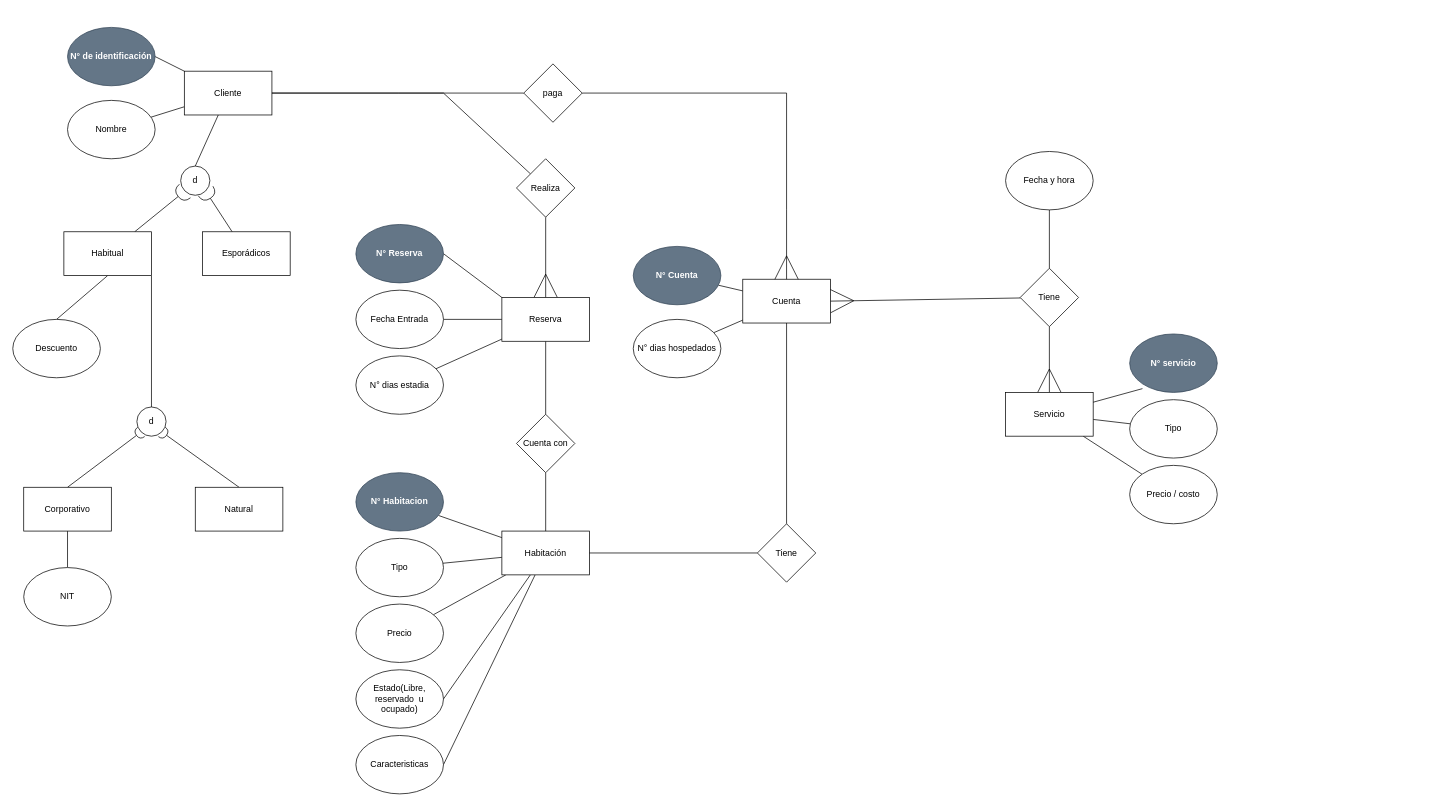
Earlier version of the draw.io diagram Diagrama_sin_titulo.drawio (Mshall19/Proyecto-BD). Source tidied: cells renumbered, new cells numbered last; positions are measured from the earlier drawing's top-left corner, leaving out a move shared by most shapes. Both pictures are drawn from the tidied source at 73%, with x=0, y=0 at pixel (12, 27).
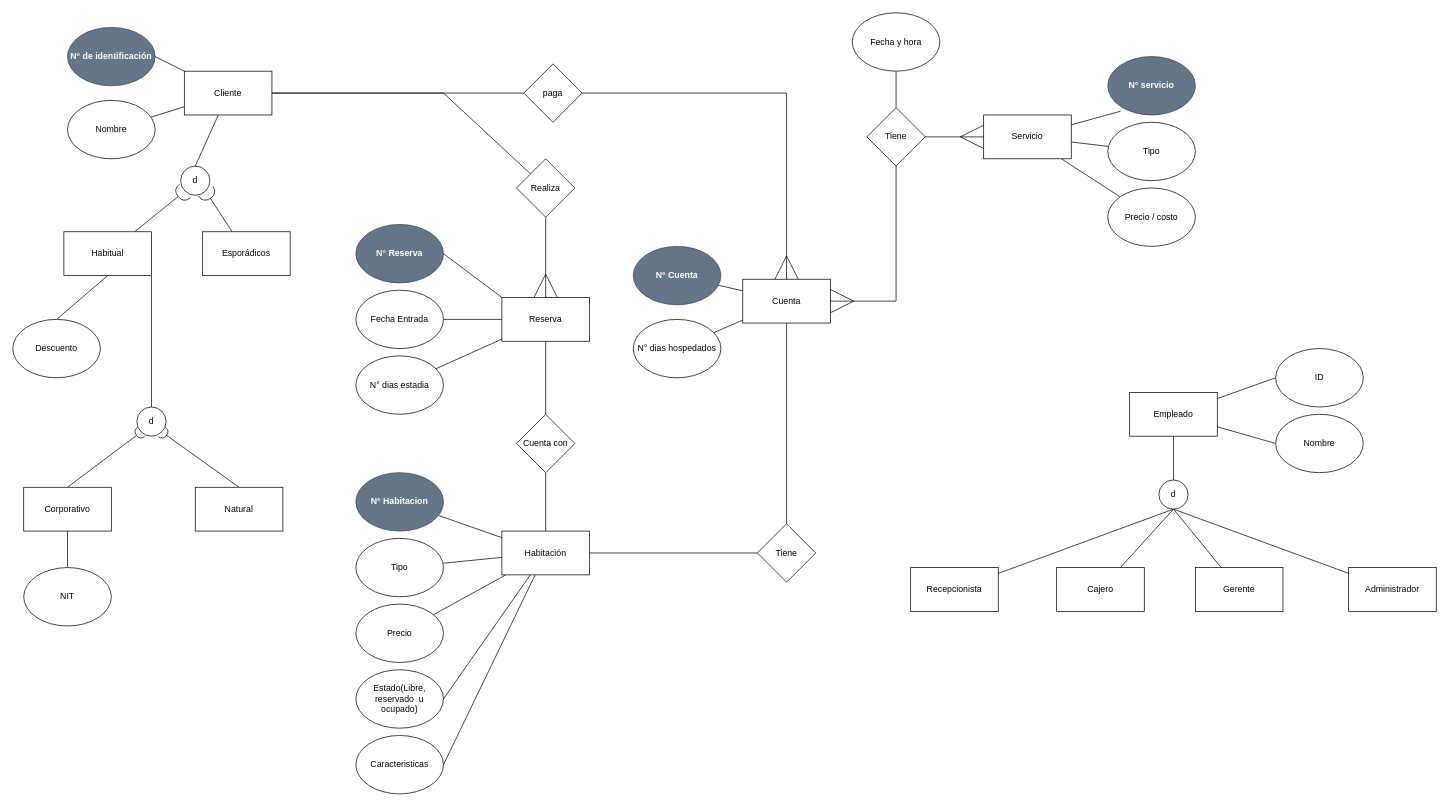
The same page after the edit.

The change refers to these unchanged cells:
```xml
<mxCell id="26" value="Cuenta" style="rounded=0;whiteSpace=wrap;html=1;" parent="1" vertex="1">
  <mxGeometry x="1000" y="345" width="120" height="60" as="geometry" />
</mxCell>
```

The edit, as a diff of the source:
```diff
@@
     <mxCell id="3" style="rounded=0;jettySize=auto;html=1;endArrow=ERmany;endFill=0;startArrow=none;startFill=0;targetPerimeterSpacing=0;endSize=30;entryX=1;entryY=0.5;entryDx=0;entryDy=0;" parent="1" edge="1" source="5" target="26">
-      <mxGeometry relative="1" as="geometry" />
+      <mxGeometry relative="1" as="geometry">
+        <Array as="points">
+          <mxPoint x="1210" y="375" />
+        </Array>
+      </mxGeometry>
     </mxCell>
@@
     <mxCell id="5" value="Tiene" style="rhombus;whiteSpace=wrap;html=1;" parent="1" vertex="1">
-      <mxGeometry x="1380" y="330" width="80" height="80" as="geometry" />
+      <mxGeometry x="1170" y="110" width="80" height="80" as="geometry" />
     </mxCell>
@@
     <mxCell id="30" value="&lt;div&gt;Servicio&lt;/div&gt;" style="rounded=0;whiteSpace=wrap;html=1;" parent="1" vertex="1">
-      <mxGeometry x="1360" y="500" width="120" height="60" as="geometry" />
+      <mxGeometry x="1330" y="120" width="120" height="60" as="geometry" />
     </mxCell>
     <mxCell id="31" value="Tipo" style="ellipse;whiteSpace=wrap;html=1;" parent="1" vertex="1">
-      <mxGeometry x="1530" y="510" width="120" height="80" as="geometry" />
+      <mxGeometry x="1500" y="130" width="120" height="80" as="geometry" />
     </mxCell>
     <mxCell id="32" value="N° servicio" style="ellipse;whiteSpace=wrap;html=1;fillColor=#647687;fontColor=#ffffff;strokeColor=#314354;fontStyle=1;" parent="1" vertex="1">
-      <mxGeometry x="1530" y="420" width="120" height="80" as="geometry" />
+      <mxGeometry x="1500" y="40" width="120" height="80" as="geometry" />
     </mxCell>
     <mxCell id="33" value="Fecha y hora" style="ellipse;whiteSpace=wrap;html=1;" parent="1" vertex="1">
-      <mxGeometry x="1360" y="170" width="120" height="80" as="geometry" />
+      <mxGeometry x="1150" y="-20" width="120" height="80" as="geometry" />
     </mxCell>
     <mxCell id="34" value="Precio / costo" style="ellipse;whiteSpace=wrap;html=1;" parent="1" vertex="1">
-      <mxGeometry x="1530" y="600" width="120" height="80" as="geometry" />
+      <mxGeometry x="1500" y="220" width="120" height="80" as="geometry" />
     </mxCell>
@@
+    <mxCell id="70" style="rounded=0;jettySize=auto;html=1;entryX=0;entryY=0.5;entryDx=0;entryDy=0;endArrow=none;endFill=0;" parent="1" edge="1" source="73" target="74">
+      <mxGeometry relative="1" as="geometry" />
+    </mxCell>
+    <mxCell id="71" style="rounded=0;jettySize=auto;html=1;entryX=0;entryY=0.5;entryDx=0;entryDy=0;endArrow=none;endFill=0;" parent="1" edge="1" source="73" target="75">
+      <mxGeometry relative="1" as="geometry" />
+    </mxCell>
+    <mxCell id="72" style="edgeStyle=orthogonalEdgeStyle;rounded=0;jettySize=auto;html=1;entryX=0.5;entryY=0;entryDx=0;entryDy=0;endArrow=none;endFill=0;" parent="1" edge="1" source="73" target="83">
+      <mxGeometry relative="1" as="geometry" />
+    </mxCell>
+    <mxCell id="73" value="Empleado" style="rounded=0;whiteSpace=wrap;html=1;" parent="1" vertex="1">
+      <mxGeometry x="1530" y="500" width="120" height="60" as="geometry" />
+    </mxCell>
+    <mxCell id="74" value="ID" style="ellipse;whiteSpace=wrap;html=1;" parent="1" vertex="1">
+      <mxGeometry x="1730" y="440" width="120" height="80" as="geometry" />
+    </mxCell>
+    <mxCell id="75" value="Nombre" style="ellipse;whiteSpace=wrap;html=1;" parent="1" vertex="1">
+      <mxGeometry x="1730" y="530" width="120" height="80" as="geometry" />
+    </mxCell>
+    <mxCell id="76" value="Recepcionista" style="rounded=0;whiteSpace=wrap;html=1;" parent="1" vertex="1">
+      <mxGeometry x="1230" y="740" width="120" height="60" as="geometry" />
+    </mxCell>
+    <mxCell id="77" style="rounded=0;jettySize=auto;html=1;entryX=0.5;entryY=1;entryDx=0;entryDy=0;endArrow=none;endFill=0;" parent="1" edge="1" source="78" target="83">
+      <mxGeometry relative="1" as="geometry" />
+    </mxCell>
+    <mxCell id="78" value="Cajero" style="rounded=0;whiteSpace=wrap;html=1;" parent="1" vertex="1">
+      <mxGeometry x="1430" y="740" width="120" height="60" as="geometry" />
+    </mxCell>
+    <mxCell id="79" style="rounded=0;jettySize=auto;html=1;entryX=0.5;entryY=1;entryDx=0;entryDy=0;endArrow=none;endFill=0;" parent="1" edge="1" source="80" target="83">
+      <mxGeometry relative="1" as="geometry" />
+    </mxCell>
+    <mxCell id="80" value="Gerente" style="rounded=0;whiteSpace=wrap;html=1;" parent="1" vertex="1">
+      <mxGeometry x="1620" y="740" width="120" height="60" as="geometry" />
+    </mxCell>
+    <mxCell id="81" style="rounded=0;jettySize=auto;html=1;entryX=0.5;entryY=1;entryDx=0;entryDy=0;endArrow=none;endFill=0;" parent="1" edge="1" source="82" target="83">
+      <mxGeometry relative="1" as="geometry" />
+    </mxCell>
+    <mxCell id="82" value="Administrador" style="rounded=0;whiteSpace=wrap;html=1;" parent="1" vertex="1">
+      <mxGeometry x="1830" y="740" width="120" height="60" as="geometry" />
+    </mxCell>
+    <mxCell id="83" value="d" style="ellipse;whiteSpace=wrap;html=1;" parent="1" vertex="1">
+      <mxGeometry x="1570" y="620" width="40" height="40" as="geometry" />
+    </mxCell>
+    <mxCell id="84" style="rounded=0;jettySize=auto;html=1;entryX=0.5;entryY=1;entryDx=0;entryDy=0;endArrow=none;endFill=0;" parent="1" edge="1" source="76" target="83">
+      <mxGeometry relative="1" as="geometry" />
+    </mxCell>
```
